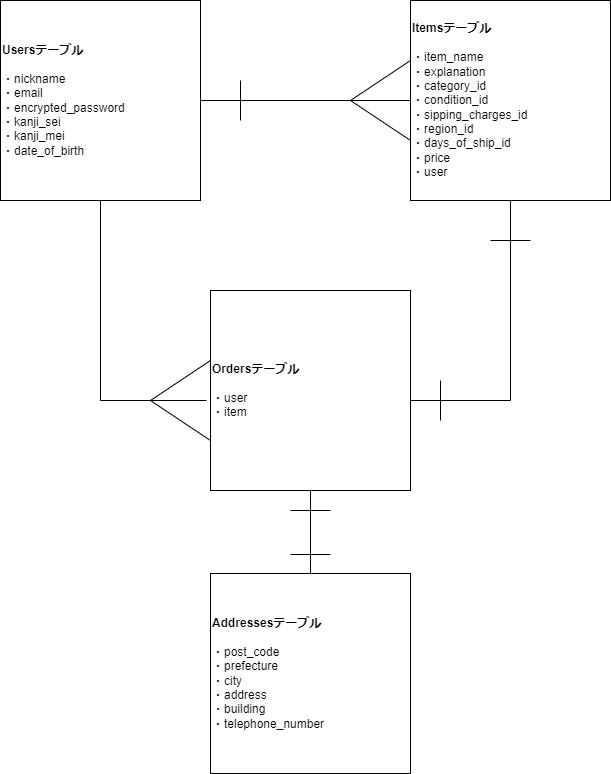
Earlier version of the draw.io export ER.drawio.png (yaguch1/furima-39123). Source tidied: cells renumbered, new cells last; positions are measured from the earlier drawing's top-left corner, leaving out a move shared by most shapes.
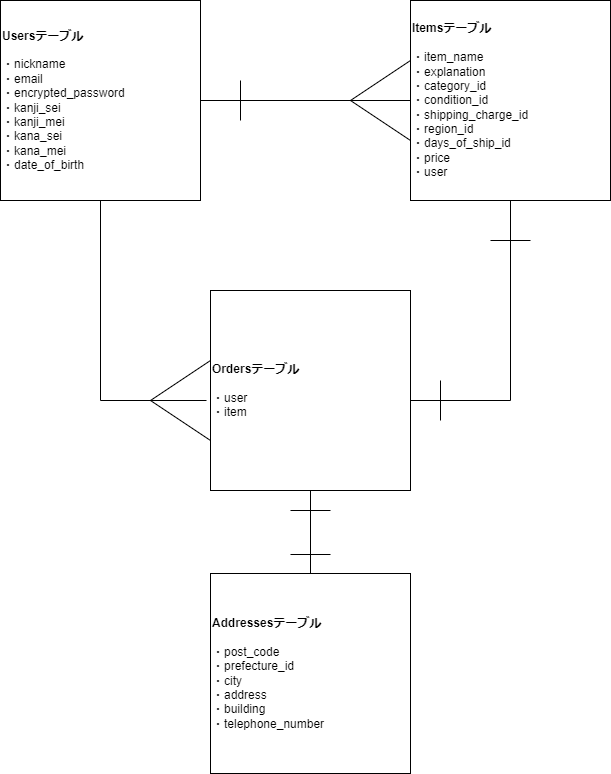
The same diagram one commit later.

Commit message:
データベースの設計（修正2）

The edit, as a diff of the source:
```diff
@@ -8,10 +8,10 @@
     <mxCell id="3" style="triangle;whiteSpace=wrap;html=1;rotation=-180;" parent="1" vertex="1">
       <mxGeometry x="350" y="60" width="60" height="80" as="geometry" />
     </mxCell>
-    <mxCell id="4" value="&lt;b&gt;Usersテーブル&lt;br&gt;&lt;/b&gt;&lt;br&gt;・nickname&lt;br&gt;・email&lt;br&gt;・encrypted_password&lt;br&gt;・kanji_sei&lt;br&gt;・kanji_mei&lt;br&gt;・date_of_birth" style="rounded=0;whiteSpace=wrap;html=1;align=left;" parent="1" vertex="1">
+    <mxCell id="4" value="&lt;b&gt;Usersテーブル&lt;br&gt;&lt;/b&gt;&lt;br&gt;・nickname&lt;br&gt;・email&lt;br&gt;・encrypted_password&lt;br&gt;・kanji_sei&lt;br&gt;・kanji_mei&lt;br&gt;・kana_sei&lt;br&gt;・kana_mei&lt;br&gt;・date_of_birth" style="rounded=0;whiteSpace=wrap;html=1;align=left;" parent="1" vertex="1">
       <mxGeometry width="200" height="200" as="geometry" />
     </mxCell>
-    <mxCell id="5" value="&lt;b&gt;Itemsテーブル&lt;/b&gt;&lt;br&gt;&lt;br&gt;・item_name&lt;br&gt;・explanation&lt;br&gt;・category_id&lt;br&gt;・condition_id&lt;br&gt;・sipping_charges_id&lt;br&gt;・region_id&lt;br&gt;・days_of_ship_id&lt;br&gt;・price&lt;br&gt;・user" style="rounded=0;whiteSpace=wrap;html=1;align=left;" parent="1" vertex="1">
+    <mxCell id="5" value="&lt;b&gt;Itemsテーブル&lt;/b&gt;&lt;br&gt;&lt;br&gt;・item_name&lt;br&gt;・explanation&lt;br&gt;・category_id&lt;br&gt;・condition_id&lt;br&gt;・shipping_charge_id&lt;br&gt;・region_id&lt;br&gt;・days_of_ship_id&lt;br&gt;・price&lt;br&gt;・user" style="rounded=0;whiteSpace=wrap;html=1;align=left;" parent="1" vertex="1">
       <mxGeometry x="410" width="200" height="200" as="geometry" />
     </mxCell>
     <mxCell id="6" value="&lt;b&gt;Ordersテーブル&lt;br&gt;&lt;/b&gt;&lt;br&gt;・user&lt;br&gt;・item" style="rounded=0;whiteSpace=wrap;html=1;align=left;" parent="1" vertex="1">
@@ -55,7 +55,7 @@
         <mxPoint x="440" y="380" as="targetPoint" />
       </mxGeometry>
     </mxCell>
-    <mxCell id="13" value="&lt;b&gt;Addressesテーブル&lt;br&gt;&lt;/b&gt;&lt;br&gt;・post_code&lt;br&gt;・prefecture&lt;br&gt;・city&lt;br&gt;・address&lt;br&gt;・building&lt;br&gt;・telephone_number&lt;br&gt;" style="rounded=0;whiteSpace=wrap;html=1;align=left;" parent="1" vertex="1">
+    <mxCell id="13" value="&lt;b&gt;Addressesテーブル&lt;br&gt;&lt;/b&gt;&lt;br&gt;・post_code&lt;br&gt;・prefecture_id&lt;br&gt;・city&lt;br&gt;・address&lt;br&gt;・building&lt;br&gt;・telephone_number" style="rounded=0;whiteSpace=wrap;html=1;align=left;" parent="1" vertex="1">
       <mxGeometry x="210" y="573" width="200" height="200" as="geometry" />
     </mxCell>
     <mxCell id="14" style="endArrow=none;html=1;entryX=0.5;entryY=1;entryDx=0;entryDy=0;exitX=0.5;exitY=0;exitDx=0;exitDy=0;" parent="1" edge="1" source="13" target="6">
```
